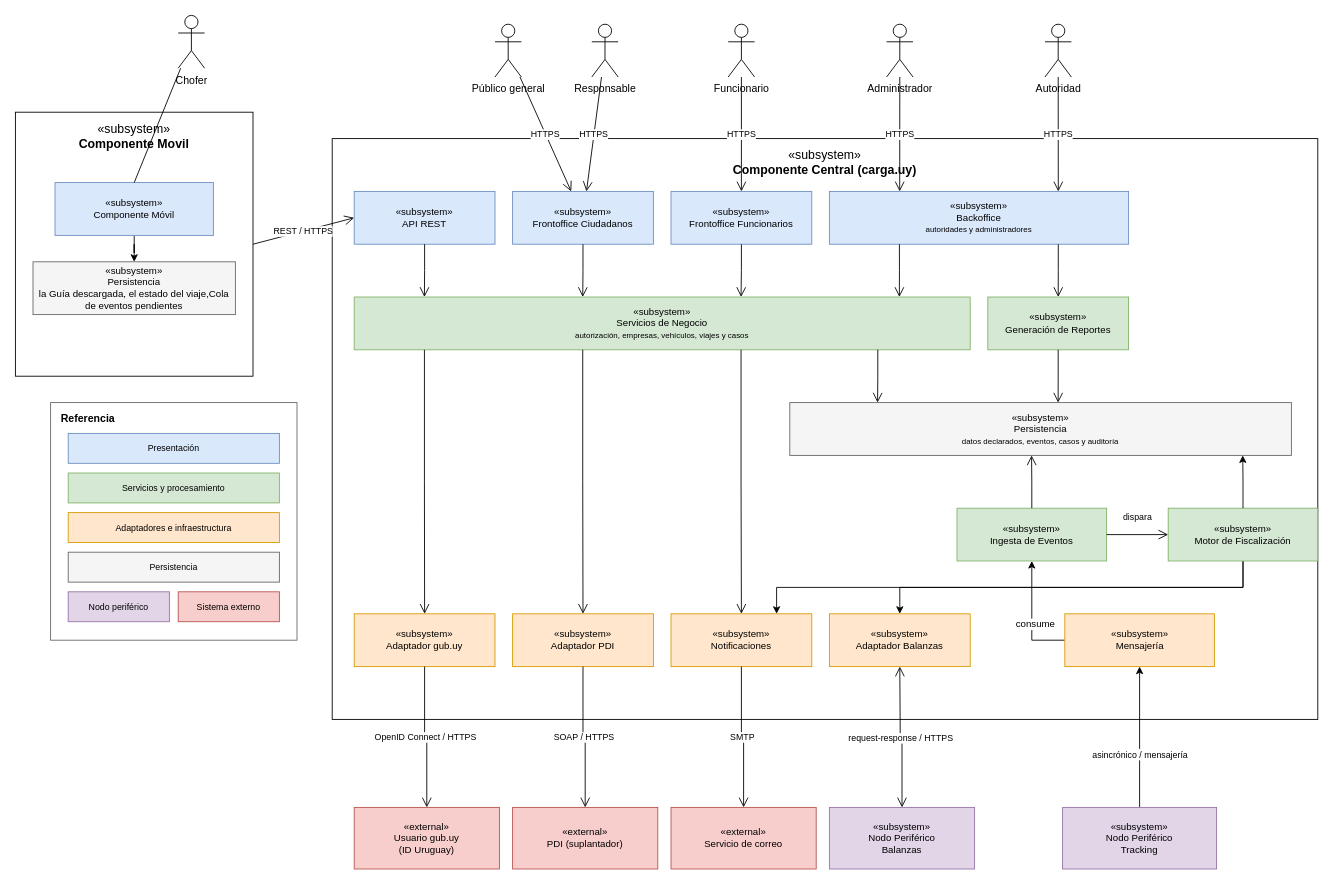
This is docs/informe/fuentes-drawio/carga-uy-vista-logica-v3.drawio from LucasLazogue/TSE-carga-uy, a draw.io file, before an edit. Source tidied: cells renumbered, new cells numbered last; positions are measured from the earlier drawing's top-left corner, leaving out a move shared by most shapes. Both pictures are drawn from the tidied source at 88%, with x=0, y=0 at pixel (15, 15).
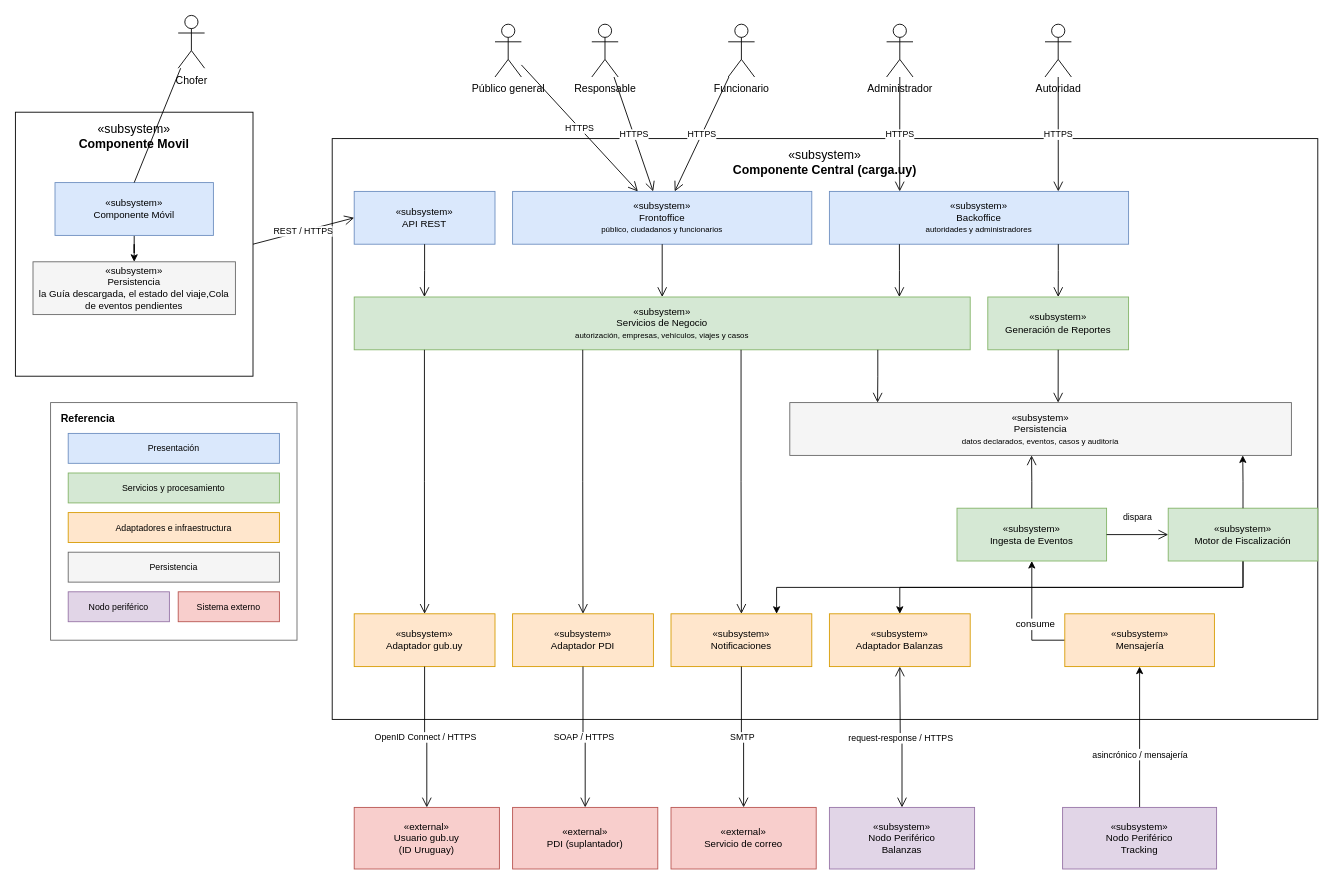
The same diagram, later.

Commit message (it also covers changes not shown here):
docs: un unico frontoffice en las vistas (obs 15)

Unchanged cells that the change refers to:
```xml
<mxCell id="9" value="&amp;laquo;subsystem&amp;raquo;&lt;br&gt;Servicios de Negocio&lt;br&gt;&lt;font style=&quot;font-size:9px&quot;&gt;autorización, empresas, vehículos, viajes y casos&lt;/font&gt;" style="rounded=0;whiteSpace=wrap;html=1;fillColor=#d5e8d4;strokeColor=#82b366;fontSize=11;" parent="1" vertex="1">
  <mxGeometry x="385" y="320" width="700" height="60" as="geometry" />
</mxCell>
<mxCell id="28" value="Funcionario" style="shape=umlActor;verticalLabelPosition=bottom;verticalAlign=top;html=1;outlineConnect=0;" parent="1" vertex="1">
  <mxGeometry x="810" y="10" width="30" height="60" as="geometry" />
</mxCell>
```

Change to the diagram source:
```diff
@@
-    <mxCell id="6" value="&amp;laquo;subsystem&amp;raquo;&lt;br&gt;Frontoffice Ciudadanos" style="rounded=0;whiteSpace=wrap;html=1;fillColor=#dae8fc;strokeColor=#6c8ebf;fontSize=11;" parent="1" vertex="1">
-      <mxGeometry x="565" y="200" width="160" height="60" as="geometry" />
+    <mxCell id="6" value="&amp;laquo;subsystem&amp;raquo;&lt;br&gt;Frontoffice&lt;br&gt;&lt;font style=&quot;font-size:9px&quot;&gt;público, ciudadanos y funcionarios&lt;/font&gt;" style="rounded=0;whiteSpace=wrap;html=1;fillColor=#dae8fc;strokeColor=#6c8ebf;fontSize=11;" parent="1" vertex="1">
+      <mxGeometry x="565" y="200" width="340" height="60" as="geometry" />
     </mxCell>
-    <mxCell id="7" value="&amp;laquo;subsystem&amp;raquo;&lt;br&gt;Frontoffice Funcionarios" style="rounded=0;whiteSpace=wrap;html=1;fillColor=#dae8fc;strokeColor=#6c8ebf;fontSize=11;" parent="1" vertex="1">
-      <mxGeometry x="745" y="200" width="160" height="60" as="geometry" />
-    </mxCell>
@@
-    <mxCell id="39" style="endArrow=open;endSize=9;html=1;rounded=0;edgeStyle=orthogonalEdgeStyle;exitX=0.5;exitY=1;exitDx=0;exitDy=0;entryX=0.371;entryY=0;entryDx=0;entryDy=0;" parent="1" edge="1" source="6" target="9">
+    <mxCell id="39" style="endArrow=open;endSize=9;html=1;rounded=0;edgeStyle=orthogonalEdgeStyle;exitX=0.5;exitY=1;exitDx=0;exitDy=0;entryX=0.5;entryY=0;entryDx=0;entryDy=0;" parent="1" edge="1" source="6" target="9">
       <mxGeometry relative="1" as="geometry" />
     </mxCell>
-    <mxCell id="40" style="endArrow=open;endSize=9;html=1;rounded=0;edgeStyle=orthogonalEdgeStyle;exitX=0.5;exitY=1;exitDx=0;exitDy=0;entryX=0.628;entryY=0;entryDx=0;entryDy=0;" parent="1" edge="1" source="7" target="9">
-      <mxGeometry relative="1" as="geometry" />
-    </mxCell>
@@
-    <mxCell id="52" value="HTTPS" style="endArrow=open;endSize=9;html=1;rounded=0;fontSize=10;labelBackgroundColor=#FFFFFF;" parent="1" edge="1" source="28" target="7">
+    <mxCell id="52" value="HTTPS" style="endArrow=open;endSize=9;html=1;rounded=0;fontSize=10;labelBackgroundColor=#FFFFFF;" parent="1" edge="1" source="28" target="6">
       <mxGeometry relative="1" as="geometry" />
     </mxCell>
```
